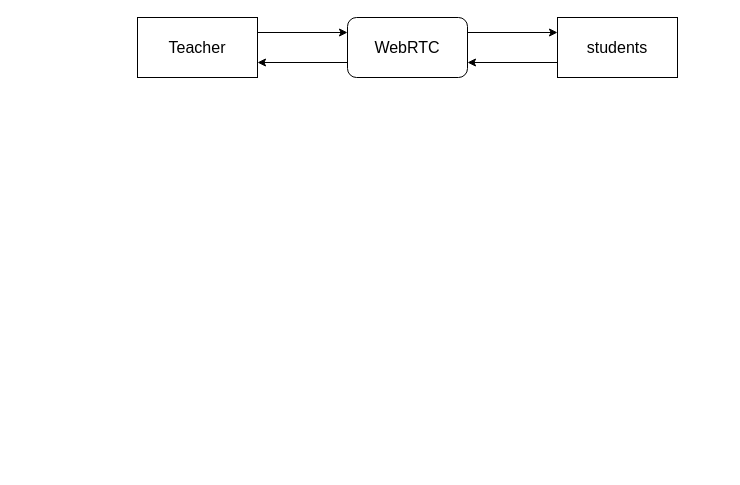
GithubWangXiaoXi/draw-io keeps this draw.io diagram as Untitled Diagram.drawio. Above is the earlier version. Source tidied: cells renumbered, new cells numbered last; positions are measured from the earlier drawing's top-left corner, leaving out a move shared by most shapes. Both pictures are drawn from the tidied source at 100%, with x=0, y=0 at pixel (137, 17).
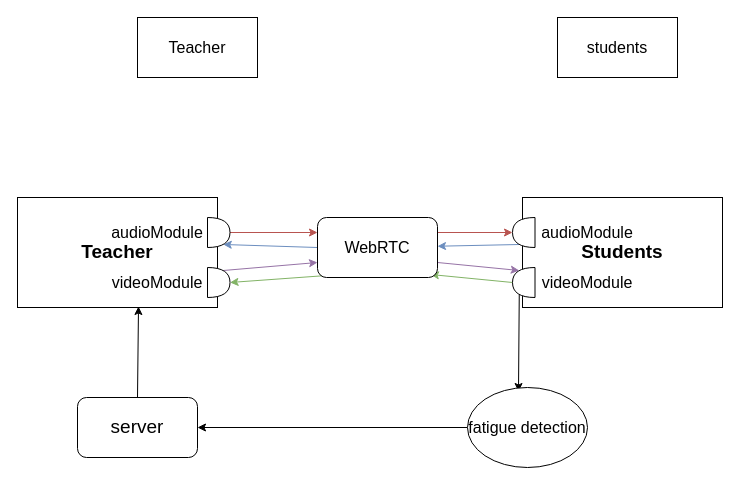
Above is the later version.

Unchanged cells that the change refers to:
```xml
<mxCell id="3" value="&lt;p style=&quot;line-height: 1.2;&quot;&gt;&lt;font style=&quot;font-size: 16px;&quot;&gt;Teacher&lt;/font&gt;&lt;/p&gt;" style="rounded=0;whiteSpace=wrap;html=1;" parent="1" vertex="1">
  <mxGeometry width="120" height="60" as="geometry" />
</mxCell>
<mxCell id="5" value="&lt;p style=&quot;line-height: 1.2;&quot;&gt;&lt;font style=&quot;font-size: 16px;&quot;&gt;students&lt;/font&gt;&lt;/p&gt;" style="rounded=0;whiteSpace=wrap;html=1;" parent="1" vertex="1">
  <mxGeometry x="420" width="120" height="60" as="geometry" />
</mxCell>
```

Change to the diagram source:
```diff
@@
-    <mxCell id="2" style="edgeStyle=orthogonalEdgeStyle;rounded=0;jettySize=auto;html=1;exitX=1;exitY=0.25;exitDx=0;exitDy=0;entryX=0;entryY=0.25;entryDx=0;entryDy=0;fontSize=16;" parent="1" edge="1" source="3" target="8">
-      <mxGeometry relative="1" as="geometry" />
-    </mxCell>
@@
-    <mxCell id="4" style="edgeStyle=orthogonalEdgeStyle;rounded=0;jettySize=auto;html=1;exitX=0;exitY=0.75;exitDx=0;exitDy=0;entryX=1;entryY=0.75;entryDx=0;entryDy=0;fontSize=16;" parent="1" edge="1" source="5" target="8">
-      <mxGeometry relative="1" as="geometry" />
-    </mxCell>
@@
-    <mxCell id="6" style="edgeStyle=orthogonalEdgeStyle;rounded=0;jettySize=auto;html=1;exitX=1;exitY=0.25;exitDx=0;exitDy=0;entryX=0;entryY=0.25;entryDx=0;entryDy=0;fontSize=16;" parent="1" edge="1" source="8" target="5">
-      <mxGeometry relative="1" as="geometry" />
-    </mxCell>
-    <mxCell id="7" style="edgeStyle=orthogonalEdgeStyle;rounded=0;jettySize=auto;html=1;exitX=0;exitY=0.75;exitDx=0;exitDy=0;entryX=1;entryY=0.75;entryDx=0;entryDy=0;fontSize=16;" parent="1" edge="1" source="8" target="3">
-      <mxGeometry relative="1" as="geometry" />
-    </mxCell>
+    <mxCell id="9" style="edgeStyle=orthogonalEdgeStyle;rounded=0;jettySize=auto;html=1;exitX=1;exitY=0.25;exitDx=0;exitDy=0;entryX=1;entryY=0.5;entryDx=0;entryDy=0;entryPerimeter=0;fontSize=19;fillColor=#f8cecc;strokeColor=#b85450;" parent="1" edge="1" source="8" target="26">
+      <mxGeometry relative="1" as="geometry" />
+    </mxCell>
+    <mxCell id="10" style="edgeStyle=none;rounded=0;jettySize=auto;html=1;exitX=0;exitY=0.5;exitDx=0;exitDy=0;entryX=0.7;entryY=0.9;entryDx=0;entryDy=0;entryPerimeter=0;fontSize=19;fillColor=#dae8fc;strokeColor=#6c8ebf;" parent="1" edge="1" source="8" target="19">
+      <mxGeometry relative="1" as="geometry" />
+    </mxCell>
+    <mxCell id="11" style="edgeStyle=none;rounded=0;jettySize=auto;html=1;exitX=1;exitY=0.75;exitDx=0;exitDy=0;entryX=0.7;entryY=0.9;entryDx=0;entryDy=0;entryPerimeter=0;fontSize=19;fillColor=#e1d5e7;strokeColor=#9673a6;" parent="1" edge="1" source="8" target="27">
+      <mxGeometry relative="1" as="geometry" />
+    </mxCell>
+    <mxCell id="12" style="edgeStyle=none;rounded=0;jettySize=auto;html=1;exitX=0.075;exitY=0.967;exitDx=0;exitDy=0;entryX=1;entryY=0.5;entryDx=0;entryDy=0;entryPerimeter=0;fontSize=19;exitPerimeter=0;fillColor=#d5e8d4;strokeColor=#82b366;" parent="1" edge="1" source="8" target="21">
+      <mxGeometry relative="1" as="geometry" />
+    </mxCell>
+    <mxCell id="13" style="edgeStyle=none;rounded=0;jettySize=auto;html=1;fontSize=19;exitX=1;exitY=0.5;exitDx=0;exitDy=0;exitPerimeter=0;entryX=0.942;entryY=0.95;entryDx=0;entryDy=0;fillColor=#d5e8d4;strokeColor=#82b366;entryPerimeter=0;" parent="1" edge="1" source="27" target="8">
+      <mxGeometry relative="1" as="geometry" />
+    </mxCell>
     <mxCell id="8" value="WebRTC" style="rounded=1;whiteSpace=wrap;html=1;fontSize=16;" parent="1" vertex="1">
-      <mxGeometry x="210" width="120" height="60" as="geometry" />
+      <mxGeometry x="180" y="200" width="120" height="60" as="geometry" />
     </mxCell>
+    <mxCell id="14" style="edgeStyle=none;rounded=0;jettySize=auto;html=1;exitX=0.7;exitY=0.1;exitDx=0;exitDy=0;fontSize=19;exitPerimeter=0;entryX=0.425;entryY=0.05;entryDx=0;entryDy=0;entryPerimeter=0;" parent="1" edge="1" source="27" target="16">
+      <mxGeometry relative="1" as="geometry" />
+    </mxCell>
+    <mxCell id="15" style="edgeStyle=none;rounded=0;jettySize=auto;html=1;exitX=0;exitY=0.5;exitDx=0;exitDy=0;entryX=1;entryY=0.5;entryDx=0;entryDy=0;fontSize=19;" parent="1" edge="1" source="16" target="31">
+      <mxGeometry relative="1" as="geometry" />
+    </mxCell>
+    <mxCell id="16" value="fatigue detection" style="ellipse;whiteSpace=wrap;html=1;fontSize=16;" parent="1" vertex="1">
+      <mxGeometry x="330" y="370" width="120" height="80" as="geometry" />
+    </mxCell>
+    <mxCell id="17" value="&lt;span style=&quot;&quot;&gt;&lt;font style=&quot;font-size: 19px;&quot;&gt;&lt;b&gt;Teacher&lt;/b&gt;&lt;/font&gt;&lt;/span&gt;" style="rounded=0;whiteSpace=wrap;html=1;fontSize=16;" parent="1" vertex="1">
+      <mxGeometry x="-120" y="180" width="200" height="110" as="geometry" />
+    </mxCell>
+    <mxCell id="18" style="edgeStyle=orthogonalEdgeStyle;rounded=0;jettySize=auto;html=1;exitX=1;exitY=0.5;exitDx=0;exitDy=0;exitPerimeter=0;entryX=0;entryY=0.25;entryDx=0;entryDy=0;fontSize=19;fillColor=#f8cecc;strokeColor=#b85450;" parent="1" edge="1" source="19" target="8">
+      <mxGeometry relative="1" as="geometry" />
+    </mxCell>
+    <mxCell id="19" style="shape=or;whiteSpace=wrap;html=1;fontSize=16;" parent="1" vertex="1">
+      <mxGeometry x="70" y="200" width="22.5" height="30" as="geometry" />
+    </mxCell>
+    <mxCell id="20" style="edgeStyle=none;rounded=0;jettySize=auto;html=1;exitX=0.7;exitY=0.1;exitDx=0;exitDy=0;exitPerimeter=0;entryX=0;entryY=0.75;entryDx=0;entryDy=0;fontSize=19;fillColor=#e1d5e7;strokeColor=#9673a6;" parent="1" edge="1" source="21" target="8">
+      <mxGeometry relative="1" as="geometry" />
+    </mxCell>
+    <mxCell id="21" style="shape=or;whiteSpace=wrap;html=1;fontSize=16;" parent="1" vertex="1">
+      <mxGeometry x="70" y="250" width="22.5" height="30" as="geometry" />
+    </mxCell>
+    <mxCell id="22" value="videoModule" style="text;html=1;strokeColor=none;fillColor=none;align=center;verticalAlign=middle;whiteSpace=wrap;rounded=0;fontSize=16;" parent="1" vertex="1">
+      <mxGeometry x="-10" y="250" width="60" height="30" as="geometry" />
+    </mxCell>
+    <mxCell id="23" value="audioModule" style="text;html=1;strokeColor=none;fillColor=none;align=center;verticalAlign=middle;whiteSpace=wrap;rounded=0;fontSize=16;" parent="1" vertex="1">
+      <mxGeometry x="-10" y="200" width="60" height="30" as="geometry" />
+    </mxCell>
+    <mxCell id="24" value="&lt;span style=&quot;&quot;&gt;&lt;font style=&quot;font-size: 19px;&quot;&gt;&lt;b&gt;Students&lt;/b&gt;&lt;/font&gt;&lt;/span&gt;" style="rounded=0;whiteSpace=wrap;html=1;fontSize=16;" parent="1" vertex="1">
+      <mxGeometry x="385" y="180" width="200" height="110" as="geometry" />
+    </mxCell>
+    <mxCell id="25" style="rounded=0;jettySize=auto;html=1;exitX=0.7;exitY=0.1;exitDx=0;exitDy=0;exitPerimeter=0;fontSize=19;fillColor=#dae8fc;strokeColor=#6c8ebf;" parent="1" edge="1" source="26" target="8">
+      <mxGeometry relative="1" as="geometry" />
+    </mxCell>
+    <mxCell id="26" style="shape=or;whiteSpace=wrap;html=1;fontSize=16;rotation=-180;" parent="1" vertex="1">
+      <mxGeometry x="375" y="200" width="22.5" height="30" as="geometry" />
+    </mxCell>
+    <mxCell id="27" style="shape=or;whiteSpace=wrap;html=1;fontSize=16;rotation=-180;" parent="1" vertex="1">
+      <mxGeometry x="375" y="250" width="22.5" height="30" as="geometry" />
+    </mxCell>
+    <mxCell id="28" value="videoModule" style="text;html=1;strokeColor=none;fillColor=none;align=center;verticalAlign=middle;whiteSpace=wrap;rounded=0;fontSize=16;" parent="1" vertex="1">
+      <mxGeometry x="420" y="250" width="60" height="30" as="geometry" />
+    </mxCell>
+    <mxCell id="29" value="audioModule" style="text;html=1;strokeColor=none;fillColor=none;align=center;verticalAlign=middle;whiteSpace=wrap;rounded=0;fontSize=16;" parent="1" vertex="1">
+      <mxGeometry x="420" y="200" width="60" height="30" as="geometry" />
+    </mxCell>
+    <mxCell id="30" style="edgeStyle=none;rounded=0;jettySize=auto;html=1;exitX=0.5;exitY=0;exitDx=0;exitDy=0;entryX=0.615;entryY=0.991;entryDx=0;entryDy=0;entryPerimeter=0;fontSize=19;" parent="1" edge="1" source="31">
+      <mxGeometry relative="1" as="geometry">
+        <mxPoint x="1" y="289" as="targetPoint" />
+      </mxGeometry>
+    </mxCell>
+    <mxCell id="31" value="server" style="rounded=1;whiteSpace=wrap;html=1;fontSize=19;" parent="1" vertex="1">
+      <mxGeometry x="-60" y="380" width="120" height="60" as="geometry" />
+    </mxCell>
```
